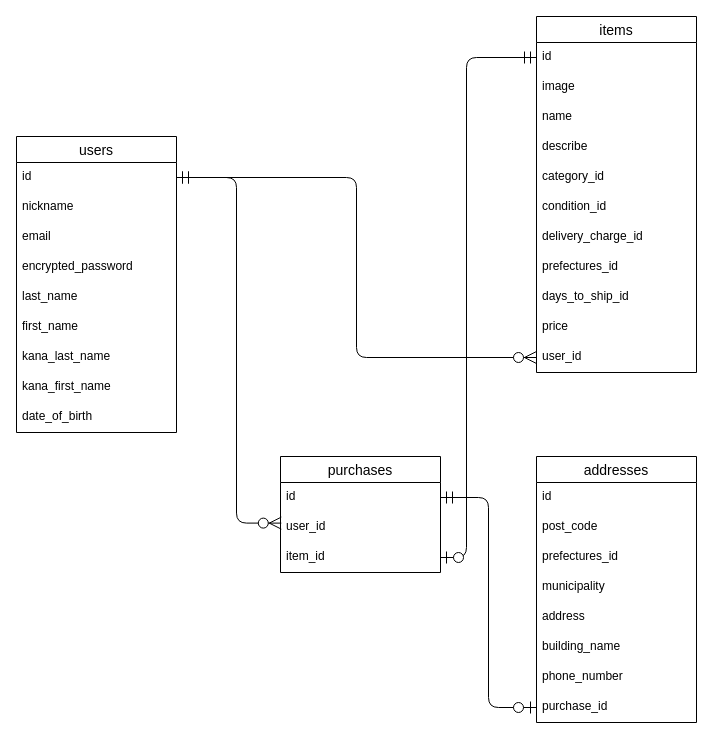
The draw.io diagram tables.dio in yoma2003/furima-38038, before the edit. Source tidied: cells renumbered, new cells numbered last; positions are measured from the earlier drawing's top-left corner, leaving out a move shared by most shapes. Both pictures are drawn from the tidied source at 100%, with x=0, y=0 at pixel (16, 16).
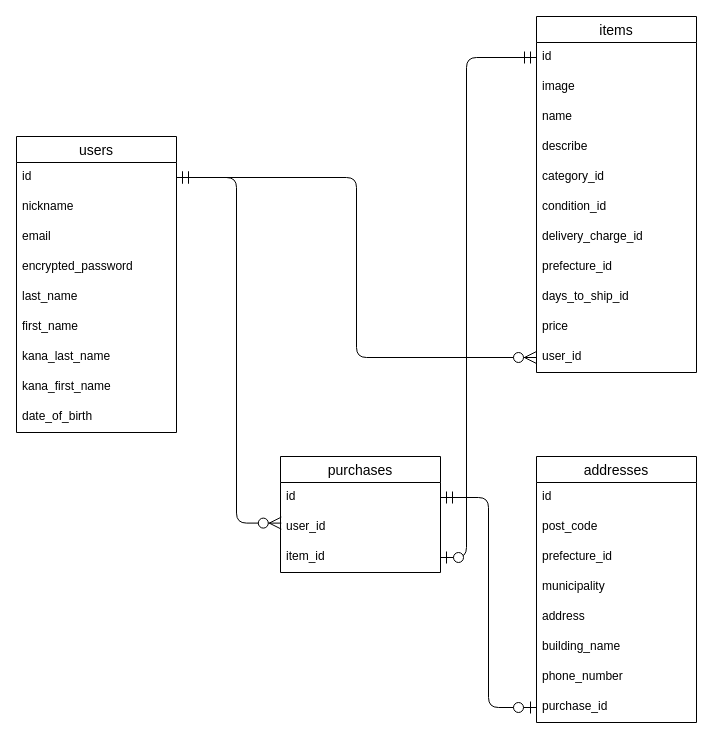
The same page after the edit.

Commit message (it also covers changes not shown here):
データベース設計カラム名修正

Unchanged cells that the change refers to:
```xml
<mxCell id="12" value="items" style="swimlane;fontStyle=0;horizontal=1;startSize=26;align=center;fontSize=14;" parent="1" vertex="1">
  <mxGeometry x="520" width="160" height="356" as="geometry" />
</mxCell>
<mxCell id="24" value="addresses" style="swimlane;fontStyle=0;horizontal=1;startSize=26;align=center;fontSize=14;direction=east;" parent="1" vertex="1">
  <mxGeometry x="520" y="440" width="160" height="266" as="geometry" />
</mxCell>
```

The edit, as a diff of the source:
```diff
@@
-    <mxCell id="20" value="prefectures_id" style="text;strokeColor=none;fillColor=none;spacingLeft=4;spacingRight=4;overflow=hidden;fontSize=12;" parent="12" vertex="1">
+    <mxCell id="20" value="prefecture_id" style="text;strokeColor=none;fillColor=none;spacingLeft=4;spacingRight=4;overflow=hidden;fontSize=12;" parent="12" vertex="1">
       <mxGeometry y="236" width="160" height="30" as="geometry" />
     </mxCell>
@@
-    <mxCell id="27" value="prefectures_id" style="text;strokeColor=none;fillColor=none;spacingLeft=4;spacingRight=4;overflow=hidden;fontSize=12;" parent="24" vertex="1">
+    <mxCell id="27" value="prefecture_id" style="text;strokeColor=none;fillColor=none;spacingLeft=4;spacingRight=4;overflow=hidden;fontSize=12;" parent="24" vertex="1">
       <mxGeometry y="86" width="160" height="30" as="geometry" />
     </mxCell>
```
